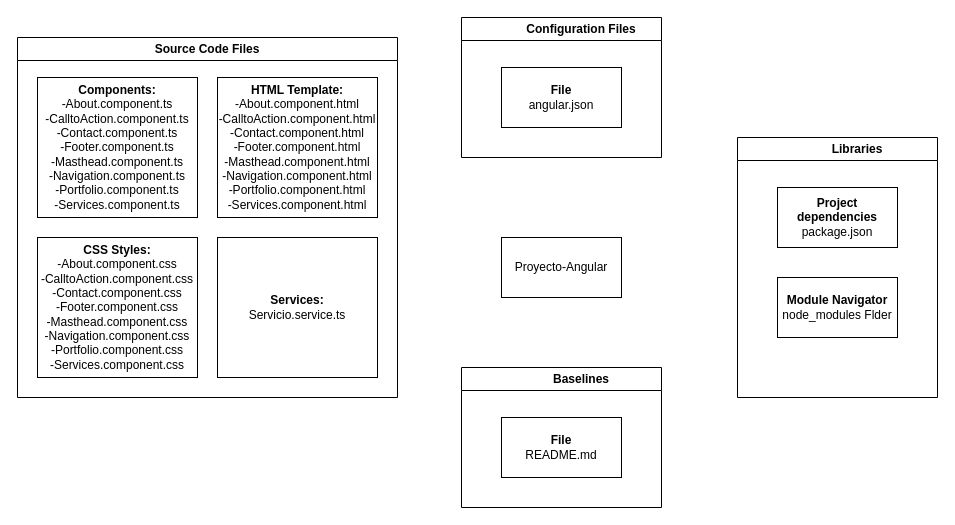
Earlier version of the draw.io diagram IS2.drawio (EZambranoFx/DIAGRAMAS). Source tidied: cells renumbered, new cells numbered last; positions are measured from the earlier drawing's top-left corner, leaving out a move shared by most shapes. Both pictures are drawn from the tidied source at 100%, with x=0, y=0 at pixel (17, 17).
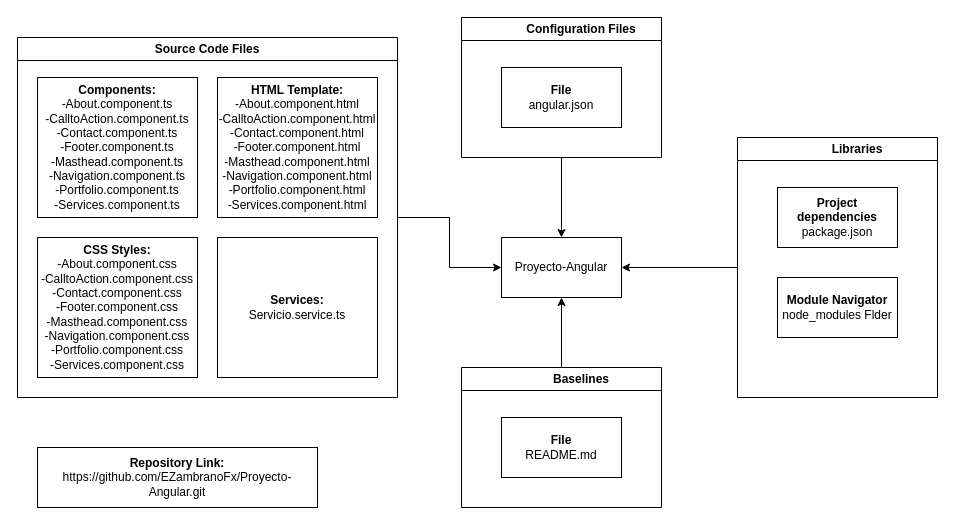
After the change.

Change to the diagram source:
```diff
@@
 <mxGraphModel>
   <root>
     <mxCell id="0" />
     <mxCell id="1" parent="0" />
     <mxCell id="2" value="Proyecto-Angular" style="rounded=0;whiteSpace=wrap;html=1;" parent="1" vertex="1">
       <mxGeometry x="484" y="220" width="120" height="60" as="geometry" />
     </mxCell>
+    <mxCell id="15" style="edgeStyle=orthogonalEdgeStyle;rounded=0;jettySize=auto;html=1;exitX=1;exitY=0.5;exitDx=0;exitDy=0;entryX=0;entryY=0.5;entryDx=0;entryDy=0;" parent="1" edge="1" source="3" target="2">
+      <mxGeometry relative="1" as="geometry" />
+    </mxCell>
     <mxCell id="3" value="Source Code Files" style="swimlane;whiteSpace=wrap;html=1;" parent="1" vertex="1">
       <mxGeometry y="20" width="380" height="360" as="geometry" />
     </mxCell>
     <mxCell id="4" value="&lt;b&gt;Components:&lt;br&gt;&lt;/b&gt;-About.component.ts&lt;br&gt;-CalltoAction.component.ts&lt;br&gt;-Contact.component.ts&lt;br&gt;-Footer.component.ts&lt;br&gt;-Masthead.component.ts&lt;br&gt;-Navigation.component.ts&lt;br&gt;-Portfolio.component.ts&lt;br&gt;-Services.component.ts" style="rounded=0;whiteSpace=wrap;html=1;" parent="3" vertex="1">
       <mxGeometry x="20" y="40" width="160" height="140" as="geometry" />
     </mxCell>
     <mxCell id="5" value="&lt;b&gt;HTML Template:&lt;br&gt;&lt;/b&gt;-About.component.html&lt;br&gt;-CalltoAction.component.html&lt;br&gt;-Contact.component.html&lt;br&gt;-Footer.component.html&lt;br&gt;-Masthead.component.html&lt;br&gt;-Navigation.component.html&lt;br&gt;-Portfolio.component.html&lt;br&gt;-Services.component.html" style="rounded=0;whiteSpace=wrap;html=1;" parent="3" vertex="1">
       <mxGeometry x="200" y="40" width="160" height="140" as="geometry" />
     </mxCell>
     <mxCell id="6" value="&lt;b&gt;CSS Styles:&lt;br&gt;&lt;/b&gt;-About.component.css&lt;br&gt;-CalltoAction.component.css&lt;br&gt;-Contact.component.css&lt;br&gt;-Footer.component.css&lt;br&gt;-Masthead.component.css&lt;br&gt;-Navigation.component.css&lt;br&gt;-Portfolio.component.css&lt;br&gt;-Services.component.css" style="rounded=0;whiteSpace=wrap;html=1;" parent="3" vertex="1">
       <mxGeometry x="20" y="200" width="160" height="140" as="geometry" />
     </mxCell>
     <mxCell id="7" value="&lt;b&gt;Services:&lt;br&gt;&lt;/b&gt;Servicio.service.ts" style="rounded=0;whiteSpace=wrap;html=1;" parent="3" vertex="1">
       <mxGeometry x="200" y="200" width="160" height="140" as="geometry" />
     </mxCell>
+    <mxCell id="16" style="edgeStyle=orthogonalEdgeStyle;rounded=0;jettySize=auto;html=1;exitX=0.5;exitY=1;exitDx=0;exitDy=0;entryX=0.5;entryY=0;entryDx=0;entryDy=0;" parent="1" edge="1" source="8" target="2">
+      <mxGeometry relative="1" as="geometry" />
+    </mxCell>
     <mxCell id="8" value="&lt;blockquote style=&quot;margin: 0 0 0 40px; border: none; padding: 0px;&quot;&gt;Configuration Files&lt;/blockquote&gt;" style="swimlane;whiteSpace=wrap;html=1;" parent="1" vertex="1">
       <mxGeometry x="444" width="200" height="140" as="geometry" />
     </mxCell>
     <mxCell id="9" value="&lt;b&gt;File&lt;/b&gt;&lt;br&gt;angular.json" style="rounded=0;whiteSpace=wrap;html=1;" parent="8" vertex="1">
       <mxGeometry x="40" y="50" width="120" height="60" as="geometry" />
     </mxCell>
+    <mxCell id="17" style="edgeStyle=orthogonalEdgeStyle;rounded=0;jettySize=auto;html=1;exitX=0;exitY=0.5;exitDx=0;exitDy=0;entryX=1;entryY=0.5;entryDx=0;entryDy=0;" parent="1" edge="1" source="10" target="2">
+      <mxGeometry relative="1" as="geometry" />
+    </mxCell>
     <mxCell id="10" value="&lt;blockquote style=&quot;margin: 0 0 0 40px; border: none; padding: 0px;&quot;&gt;Libraries&lt;/blockquote&gt;" style="swimlane;whiteSpace=wrap;html=1;" parent="1" vertex="1">
       <mxGeometry x="720" y="120" width="200" height="260" as="geometry" />
     </mxCell>
     <mxCell id="11" value="&lt;b&gt;Project dependencies&lt;/b&gt;&lt;br&gt;package.json" style="rounded=0;whiteSpace=wrap;html=1;" parent="10" vertex="1">
       <mxGeometry x="40" y="50" width="120" height="60" as="geometry" />
     </mxCell>
     <mxCell id="12" value="&lt;b&gt;Module Navigator&lt;/b&gt;&lt;br&gt;node_modules Flder" style="rounded=0;whiteSpace=wrap;html=1;" parent="10" vertex="1">
       <mxGeometry x="40" y="140" width="120" height="60" as="geometry" />
     </mxCell>
+    <mxCell id="18" style="edgeStyle=orthogonalEdgeStyle;rounded=0;jettySize=auto;html=1;exitX=0.5;exitY=0;exitDx=0;exitDy=0;entryX=0.5;entryY=1;entryDx=0;entryDy=0;" parent="1" edge="1" source="13" target="2">
+      <mxGeometry relative="1" as="geometry" />
+    </mxCell>
     <mxCell id="13" value="&lt;blockquote style=&quot;margin: 0 0 0 40px; border: none; padding: 0px;&quot;&gt;Baselines&lt;/blockquote&gt;" style="swimlane;whiteSpace=wrap;html=1;" parent="1" vertex="1">
       <mxGeometry x="444" y="350" width="200" height="140" as="geometry" />
     </mxCell>
     <mxCell id="14" value="&lt;b&gt;File&lt;/b&gt;&lt;br&gt;README.md" style="rounded=0;whiteSpace=wrap;html=1;" parent="13" vertex="1">
       <mxGeometry x="40" y="50" width="120" height="60" as="geometry" />
     </mxCell>
+    <mxCell id="19" value="&lt;b&gt;Repository Link:&lt;/b&gt;&lt;br&gt;https://github.com/EZambranoFx/Proyecto-Angular.git" style="rounded=0;whiteSpace=wrap;html=1;" parent="1" vertex="1">
+      <mxGeometry x="20" y="430" width="280" height="60" as="geometry" />
+    </mxCell>
   </root>
 </mxGraphModel>
```
